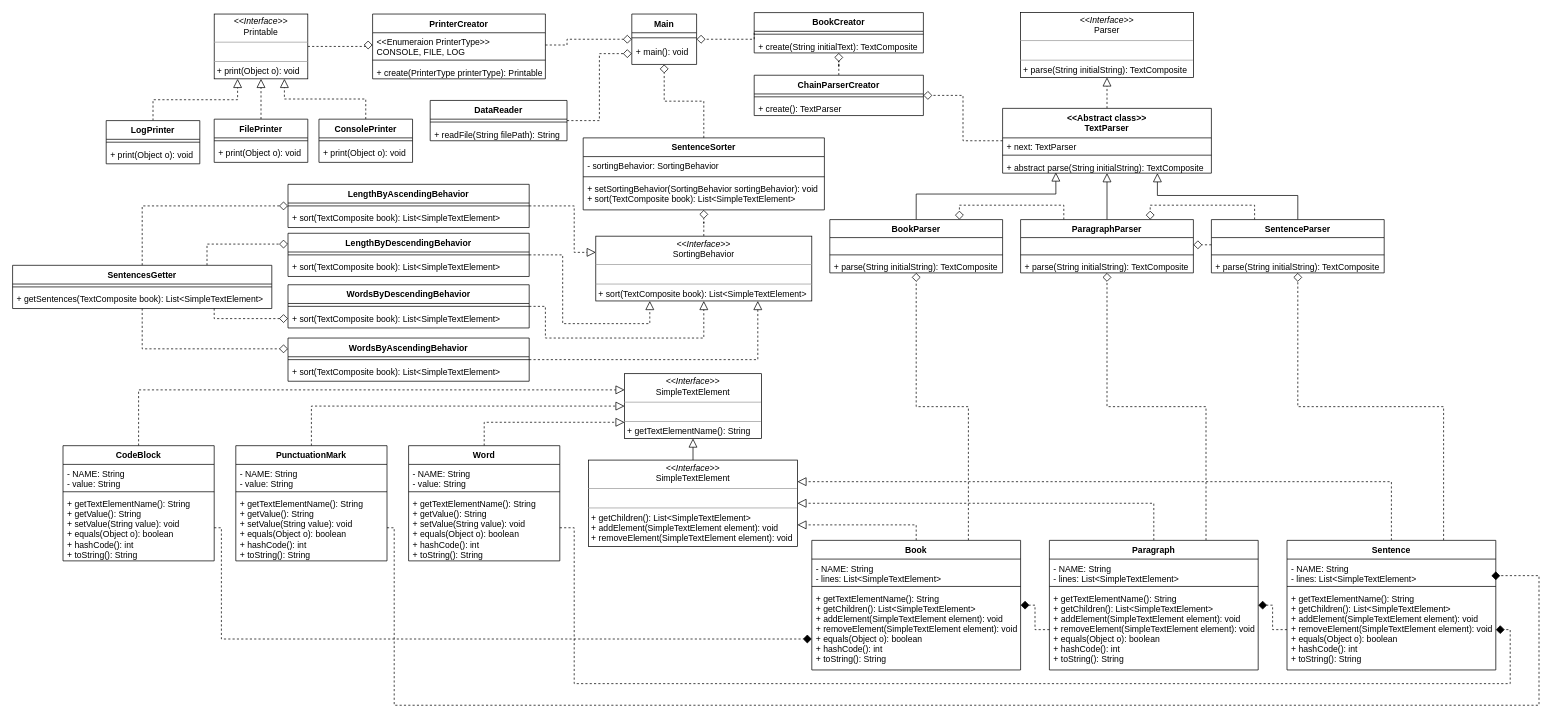
Before: Task04.drawio in spalaukou/task04, a draw.io diagram. Source tidied: cells renumbered, new cells numbered last; positions are measured from the earlier drawing's top-left corner, leaving out a move shared by most shapes. Both pictures are drawn from the tidied source at 72%, with x=0, y=0 at pixel (12, 12).
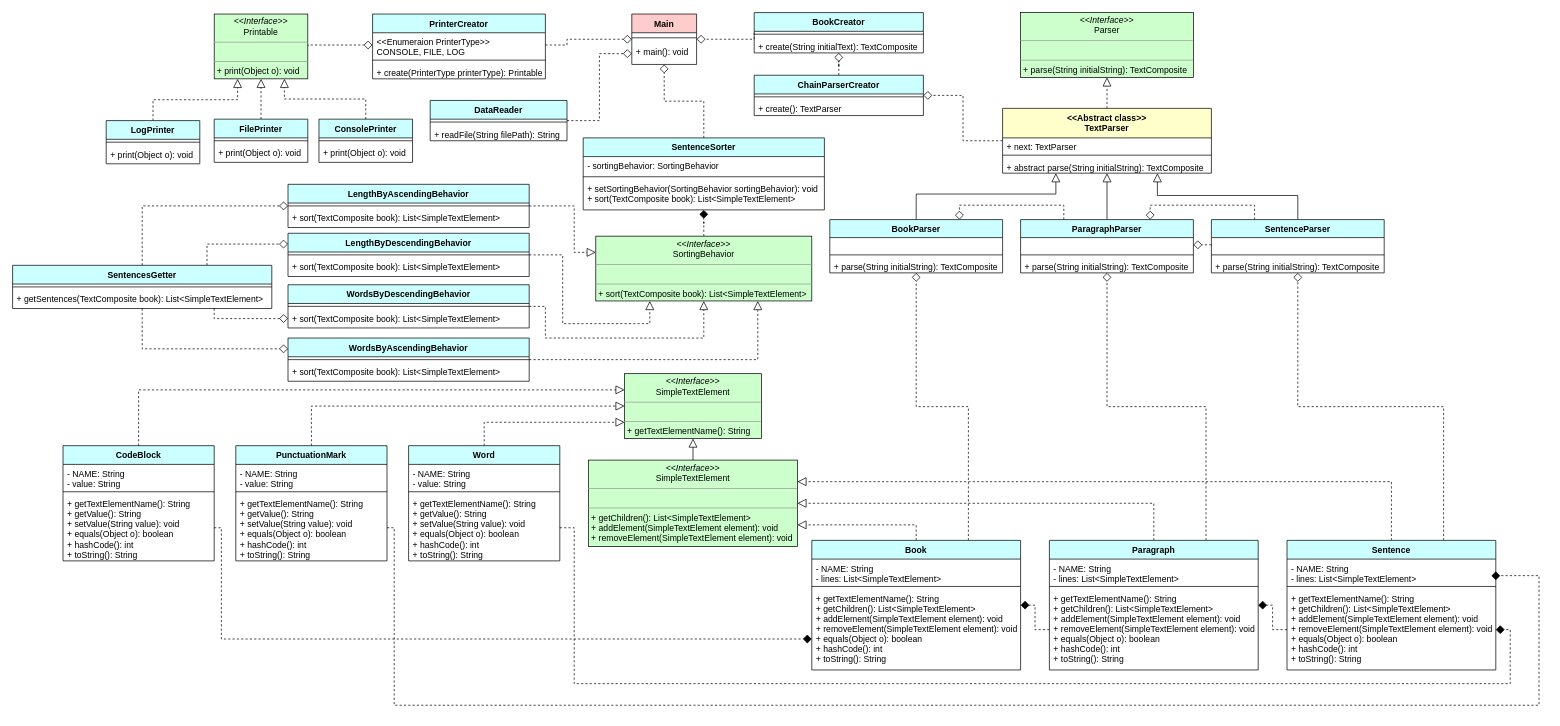
Above is the later version.

Commit message (it also covers changes not shown here):
UML diagram has been updated

Unchanged cells that the change refers to:
```xml
<mxCell id="44" value="&lt;&lt;Enumeraion PrinterType&gt;&gt;&#10;CONSOLE, FILE, LOG&#10;" style="text;strokeColor=none;fillColor=none;align=left;verticalAlign=top;spacingLeft=4;spacingRight=4;overflow=hidden;points=[[0,0.5],[1,0.5]];portConstraint=eastwest;" parent="43" vertex="1">
  <mxGeometry y="26" width="240" height="34" as="geometry" />
</mxCell>
<mxCell id="69" value="+ abstract parse(String initialString): TextComposite&#10;" style="text;strokeColor=none;fillColor=none;align=left;verticalAlign=top;spacingLeft=4;spacingRight=4;overflow=hidden;points=[[0,0.5],[1,0.5]];portConstraint=eastwest;" parent="66" vertex="1">
  <mxGeometry y="69" width="290" height="21" as="geometry" />
</mxCell>
```

Change to the diagram source:
```diff
@@
-    <mxCell id="2" value="&lt;p style=&quot;margin: 0px ; margin-top: 4px ; text-align: center&quot;&gt;&lt;i&gt;&amp;lt;&amp;lt;Interface&amp;gt;&amp;gt;&lt;/i&gt;&lt;br&gt;&lt;span&gt;SimpleTextElement&lt;/span&gt;&lt;br&gt;&lt;/p&gt;&lt;hr size=&quot;1&quot;&gt;&lt;p style=&quot;margin: 0px ; margin-left: 4px&quot;&gt;&lt;br&gt;&lt;/p&gt;&lt;hr size=&quot;1&quot;&gt;&lt;p style=&quot;margin: 0px ; margin-left: 4px&quot;&gt;+&amp;nbsp;&lt;span&gt;getTextElementName(): String&lt;/span&gt;&lt;br&gt;&lt;/p&gt;" style="verticalAlign=top;align=left;overflow=fill;fontSize=12;fontFamily=Helvetica;html=1;rounded=0;shadow=0;comic=0;labelBackgroundColor=none;strokeColor=#000000;strokeWidth=1;fillColor=#ffffff;" parent="1" vertex="1">
+    <mxCell id="2" value="&lt;p style=&quot;margin: 0px ; margin-top: 4px ; text-align: center&quot;&gt;&lt;i&gt;&amp;lt;&amp;lt;Interface&amp;gt;&amp;gt;&lt;/i&gt;&lt;br&gt;&lt;span&gt;SimpleTextElement&lt;/span&gt;&lt;br&gt;&lt;/p&gt;&lt;hr size=&quot;1&quot;&gt;&lt;p style=&quot;margin: 0px ; margin-left: 4px&quot;&gt;&lt;br&gt;&lt;/p&gt;&lt;hr size=&quot;1&quot;&gt;&lt;p style=&quot;margin: 0px ; margin-left: 4px&quot;&gt;+&amp;nbsp;&lt;span&gt;getTextElementName(): String&lt;/span&gt;&lt;br&gt;&lt;/p&gt;" style="verticalAlign=top;align=left;overflow=fill;fontSize=12;fontFamily=Helvetica;html=1;rounded=0;shadow=0;comic=0;labelBackgroundColor=none;strokeColor=#000000;strokeWidth=1;fillColor=#CCFFCC;" parent="1" vertex="1">
       <mxGeometry x="850" y="501.5" width="190" height="90" as="geometry" />
     </mxCell>
-    <mxCell id="3" value="&lt;p style=&quot;margin: 0px ; margin-top: 4px ; text-align: center&quot;&gt;&lt;i&gt;&amp;lt;&amp;lt;Interface&amp;gt;&amp;gt;&lt;/i&gt;&lt;br&gt;&lt;span&gt;SimpleTextElement&lt;/span&gt;&lt;br&gt;&lt;/p&gt;&lt;hr size=&quot;1&quot;&gt;&lt;p style=&quot;margin: 0px ; margin-left: 4px&quot;&gt;&lt;br&gt;&lt;/p&gt;&lt;hr size=&quot;1&quot;&gt;&lt;p style=&quot;margin: 0px ; margin-left: 4px&quot;&gt;&lt;span&gt;+ getChildren(): List&amp;lt;SimpleTextElement&amp;gt;&lt;/span&gt;&lt;br&gt;&lt;/p&gt;&lt;p style=&quot;margin: 0px ; margin-left: 4px&quot;&gt;&lt;span&gt;+ addElement(SimpleTextElement element): void&lt;/span&gt;&lt;span&gt;&lt;br&gt;&lt;/span&gt;&lt;/p&gt;&lt;p style=&quot;margin: 0px ; margin-left: 4px&quot;&gt;&lt;span&gt;+ removeElement(SimpleTextElement element): void&lt;/span&gt;&lt;span&gt;&lt;br&gt;&lt;/span&gt;&lt;/p&gt;" style="verticalAlign=top;align=left;overflow=fill;fontSize=12;fontFamily=Helvetica;html=1;rounded=0;shadow=0;comic=0;labelBackgroundColor=none;strokeColor=#000000;strokeWidth=1;fillColor=#ffffff;" parent="1" vertex="1">
+    <mxCell id="3" value="&lt;p style=&quot;margin: 0px ; margin-top: 4px ; text-align: center&quot;&gt;&lt;i&gt;&amp;lt;&amp;lt;Interface&amp;gt;&amp;gt;&lt;/i&gt;&lt;br&gt;&lt;span&gt;SimpleTextElement&lt;/span&gt;&lt;br&gt;&lt;/p&gt;&lt;hr size=&quot;1&quot;&gt;&lt;p style=&quot;margin: 0px ; margin-left: 4px&quot;&gt;&lt;br&gt;&lt;/p&gt;&lt;hr size=&quot;1&quot;&gt;&lt;p style=&quot;margin: 0px ; margin-left: 4px&quot;&gt;&lt;span&gt;+ getChildren(): List&amp;lt;SimpleTextElement&amp;gt;&lt;/span&gt;&lt;br&gt;&lt;/p&gt;&lt;p style=&quot;margin: 0px ; margin-left: 4px&quot;&gt;&lt;span&gt;+ addElement(SimpleTextElement element): void&lt;/span&gt;&lt;span&gt;&lt;br&gt;&lt;/span&gt;&lt;/p&gt;&lt;p style=&quot;margin: 0px ; margin-left: 4px&quot;&gt;&lt;span&gt;+ removeElement(SimpleTextElement element): void&lt;/span&gt;&lt;span&gt;&lt;br&gt;&lt;/span&gt;&lt;/p&gt;" style="verticalAlign=top;align=left;overflow=fill;fontSize=12;fontFamily=Helvetica;html=1;rounded=0;shadow=0;comic=0;labelBackgroundColor=none;strokeColor=#000000;strokeWidth=1;fillColor=#CCFFCC;" parent="1" vertex="1">
       <mxGeometry x="800" y="621.5" width="290" height="120" as="geometry" />
     </mxCell>
@@
-    <mxCell id="6" value="Word" style="swimlane;fontStyle=1;align=center;verticalAlign=top;horizontal=1;startSize=26;" parent="1" vertex="1">
+    <mxCell id="6" value="Word" style="swimlane;fontStyle=1;align=center;verticalAlign=top;horizontal=1;startSize=26;fillColor=#CCFFFF;" parent="1" vertex="1">
       <mxGeometry x="550" y="601.5" width="210" height="160" as="geometry" />
     </mxCell>
@@
-    <mxCell id="11" value="PunctuationMark" style="swimlane;fontStyle=1;align=center;verticalAlign=top;horizontal=1;startSize=26;" parent="1" vertex="1">
+    <mxCell id="11" value="PunctuationMark" style="swimlane;fontStyle=1;align=center;verticalAlign=top;horizontal=1;startSize=26;fillColor=#CCFFFF;" parent="1" vertex="1">
       <mxGeometry x="310" y="601.5" width="210" height="160" as="geometry" />
     </mxCell>
@@
-    <mxCell id="16" value="CodeBlock" style="swimlane;fontStyle=1;align=center;verticalAlign=top;horizontal=1;startSize=26;" parent="1" vertex="1">
+    <mxCell id="16" value="CodeBlock" style="swimlane;fontStyle=1;align=center;verticalAlign=top;horizontal=1;startSize=26;fillColor=#CCFFFF;" parent="1" vertex="1">
       <mxGeometry x="70" y="601.5" width="210" height="160" as="geometry" />
     </mxCell>
@@
-    <mxCell id="22" value="Book" style="swimlane;fontStyle=1;align=center;verticalAlign=top;horizontal=1;startSize=26;" parent="1" vertex="1">
+    <mxCell id="22" value="Book" style="swimlane;fontStyle=1;align=center;verticalAlign=top;horizontal=1;startSize=26;fillColor=#CCFFFF;" parent="1" vertex="1">
       <mxGeometry x="1110" y="733" width="290" height="180" as="geometry" />
     </mxCell>
@@
-    <mxCell id="28" value="Paragraph" style="swimlane;fontStyle=1;align=center;verticalAlign=top;horizontal=1;startSize=26;" parent="1" vertex="1">
+    <mxCell id="28" value="Paragraph" style="swimlane;fontStyle=1;align=center;verticalAlign=top;horizontal=1;startSize=26;fillColor=#CCFFFF;" parent="1" vertex="1">
       <mxGeometry x="1440" y="733" width="290" height="180" as="geometry" />
     </mxCell>
@@
-    <mxCell id="34" value="Sentence" style="swimlane;fontStyle=1;align=center;verticalAlign=top;horizontal=1;startSize=26;" parent="1" vertex="1">
+    <mxCell id="34" value="Sentence" style="swimlane;fontStyle=1;align=center;verticalAlign=top;horizontal=1;startSize=26;fillColor=#CCFFFF;" parent="1" vertex="1">
       <mxGeometry x="1770" y="733" width="290" height="180" as="geometry" />
     </mxCell>
@@
-    <mxCell id="38" value="Main" style="swimlane;fontStyle=1;align=center;verticalAlign=top;horizontal=1;startSize=26;" parent="1" vertex="1">
+    <mxCell id="38" value="Main" style="swimlane;fontStyle=1;align=center;verticalAlign=top;horizontal=1;startSize=26;fillColor=#FFCCCC;" parent="1" vertex="1">
       <mxGeometry x="860" y="2" width="90" height="70" as="geometry" />
     </mxCell>
@@
-    <mxCell id="41" style="edgeStyle=orthogonalEdgeStyle;rounded=0;jettySize=auto;html=1;entryX=0;entryY=0.5;entryDx=0;entryDy=0;dashed=1;endArrow=diamond;endFill=0;endSize=10;exitX=1;exitY=0.5;exitDx=0;exitDy=0;" parent="1" edge="1" source="42" target="44">
+    <mxCell id="41" style="edgeStyle=orthogonalEdgeStyle;rounded=0;jettySize=auto;html=1;dashed=1;endArrow=diamond;endFill=0;endSize=10;exitX=1;exitY=0.5;exitDx=0;exitDy=0;" parent="1" edge="1" source="42" target="44">
       <mxGeometry relative="1" as="geometry">
         <Array as="points">
-          <mxPoint x="490" y="45" />
+          <mxPoint x="410" y="45" />
         </Array>
       </mxGeometry>
     </mxCell>
-    <mxCell id="42" value="&lt;p style=&quot;margin: 0px ; margin-top: 4px ; text-align: center&quot;&gt;&lt;i&gt;&amp;lt;&amp;lt;Interface&amp;gt;&amp;gt;&lt;/i&gt;&lt;br&gt;&lt;span&gt;Printable&lt;/span&gt;&lt;br&gt;&lt;/p&gt;&lt;hr size=&quot;1&quot;&gt;&lt;p style=&quot;margin: 0px ; margin-left: 4px&quot;&gt;&lt;br&gt;&lt;/p&gt;&lt;hr size=&quot;1&quot;&gt;&lt;p style=&quot;margin: 0px ; margin-left: 4px&quot;&gt;+&amp;nbsp;&lt;span&gt;print(Object o): void&lt;/span&gt;&lt;br&gt;&lt;/p&gt;" style="verticalAlign=top;align=left;overflow=fill;fontSize=12;fontFamily=Helvetica;html=1;rounded=0;shadow=0;comic=0;labelBackgroundColor=none;strokeColor=#000000;strokeWidth=1;fillColor=#ffffff;" parent="1" vertex="1">
+    <mxCell id="42" value="&lt;p style=&quot;margin: 0px ; margin-top: 4px ; text-align: center&quot;&gt;&lt;i&gt;&amp;lt;&amp;lt;Interface&amp;gt;&amp;gt;&lt;/i&gt;&lt;br&gt;&lt;span&gt;Printable&lt;/span&gt;&lt;br&gt;&lt;/p&gt;&lt;hr size=&quot;1&quot;&gt;&lt;p style=&quot;margin: 0px ; margin-left: 4px&quot;&gt;&lt;br&gt;&lt;/p&gt;&lt;hr size=&quot;1&quot;&gt;&lt;p style=&quot;margin: 0px ; margin-left: 4px&quot;&gt;+&amp;nbsp;&lt;span&gt;print(Object o): void&lt;/span&gt;&lt;br&gt;&lt;/p&gt;" style="verticalAlign=top;align=left;overflow=fill;fontSize=12;fontFamily=Helvetica;html=1;rounded=0;shadow=0;comic=0;labelBackgroundColor=none;strokeColor=#000000;strokeWidth=1;fillColor=#CCFFCC;" parent="1" vertex="1">
       <mxGeometry x="280" y="2" width="130" height="90" as="geometry" />
     </mxCell>
-    <mxCell id="43" value="PrinterCreator" style="swimlane;fontStyle=1;align=center;verticalAlign=top;horizontal=1;startSize=26;" parent="1" vertex="1">
+    <mxCell id="43" value="PrinterCreator" style="swimlane;fontStyle=1;align=center;verticalAlign=top;horizontal=1;startSize=26;fillColor=#CCFFFF;" parent="1" vertex="1">
       <mxGeometry x="500" y="2" width="240" height="90" as="geometry" />
     </mxCell>
@@
-    <mxCell id="49" value="ConsolePrinter" style="swimlane;fontStyle=1;align=center;verticalAlign=top;horizontal=1;startSize=26;" parent="1" vertex="1">
+    <mxCell id="49" value="ConsolePrinter" style="swimlane;fontStyle=1;align=center;verticalAlign=top;horizontal=1;startSize=26;fillColor=#CCFFFF;" parent="1" vertex="1">
       <mxGeometry x="425.5" y="148" width="130" height="60" as="geometry" />
     </mxCell>
@@
-    <mxCell id="53" value="DataReader" style="swimlane;fontStyle=1;align=center;verticalAlign=top;horizontal=1;startSize=26;" parent="1" vertex="1">
+    <mxCell id="53" value="DataReader" style="swimlane;fontStyle=1;align=center;verticalAlign=top;horizontal=1;startSize=26;fillColor=#CCFFFF;" parent="1" vertex="1">
       <mxGeometry x="580" y="122" width="190" height="56" as="geometry" />
     </mxCell>
@@
-    <mxCell id="57" value="BookCreator" style="swimlane;fontStyle=1;align=center;verticalAlign=top;horizontal=1;startSize=26;" parent="1" vertex="1">
+    <mxCell id="57" value="BookCreator" style="swimlane;fontStyle=1;align=center;verticalAlign=top;horizontal=1;startSize=26;fillColor=#CCFFFF;" parent="1" vertex="1">
       <mxGeometry x="1030" width="235" height="56" as="geometry" />
     </mxCell>
@@
-    <mxCell id="61" value="ChainParserCreator" style="swimlane;fontStyle=1;align=center;verticalAlign=top;horizontal=1;startSize=26;" parent="1" vertex="1">
+    <mxCell id="61" value="ChainParserCreator" style="swimlane;fontStyle=1;align=center;verticalAlign=top;horizontal=1;startSize=26;fillColor=#CCFFFF;" parent="1" vertex="1">
       <mxGeometry x="1030" y="87" width="235" height="56" as="geometry" />
     </mxCell>
@@
-    <mxCell id="64" value="&lt;p style=&quot;margin: 0px ; margin-top: 4px ; text-align: center&quot;&gt;&lt;i&gt;&amp;lt;&amp;lt;Interface&amp;gt;&amp;gt;&lt;/i&gt;&lt;br&gt;&lt;span&gt;Parser&lt;/span&gt;&lt;br&gt;&lt;/p&gt;&lt;hr size=&quot;1&quot;&gt;&lt;p style=&quot;margin: 0px ; margin-left: 4px&quot;&gt;&lt;br&gt;&lt;/p&gt;&lt;hr size=&quot;1&quot;&gt;&lt;p style=&quot;margin: 0px ; margin-left: 4px&quot;&gt;+&amp;nbsp;&lt;span&gt;parse(String initialString): TextComposite&lt;/span&gt;&lt;br&gt;&lt;/p&gt;" style="verticalAlign=top;align=left;overflow=fill;fontSize=12;fontFamily=Helvetica;html=1;rounded=0;shadow=0;comic=0;labelBackgroundColor=none;strokeColor=#000000;strokeWidth=1;fillColor=#ffffff;" parent="1" vertex="1">
+    <mxCell id="64" value="&lt;p style=&quot;margin: 0px ; margin-top: 4px ; text-align: center&quot;&gt;&lt;i&gt;&amp;lt;&amp;lt;Interface&amp;gt;&amp;gt;&lt;/i&gt;&lt;br&gt;&lt;span&gt;Parser&lt;/span&gt;&lt;br&gt;&lt;/p&gt;&lt;hr size=&quot;1&quot;&gt;&lt;p style=&quot;margin: 0px ; margin-left: 4px&quot;&gt;&lt;br&gt;&lt;/p&gt;&lt;hr size=&quot;1&quot;&gt;&lt;p style=&quot;margin: 0px ; margin-left: 4px&quot;&gt;+&amp;nbsp;&lt;span&gt;parse(String initialString): TextComposite&lt;/span&gt;&lt;br&gt;&lt;/p&gt;" style="verticalAlign=top;align=left;overflow=fill;fontSize=12;fontFamily=Helvetica;html=1;rounded=0;shadow=0;comic=0;labelBackgroundColor=none;strokeColor=#000000;strokeWidth=1;fillColor=#CCFFCC;" parent="1" vertex="1">
       <mxGeometry x="1400" width="240" height="90" as="geometry" />
     </mxCell>
@@
-    <mxCell id="66" value="&lt;&lt;Abstract class&gt;&gt;&#10;TextParser" style="swimlane;fontStyle=1;align=center;verticalAlign=top;horizontal=1;startSize=41;" parent="1" vertex="1">
+    <mxCell id="66" value="&lt;&lt;Abstract class&gt;&gt;&#10;TextParser" style="swimlane;fontStyle=1;align=center;verticalAlign=top;horizontal=1;startSize=41;fillColor=#FFFFCC;" parent="1" vertex="1">
       <mxGeometry x="1375" y="133" width="290" height="90" as="geometry" />
     </mxCell>
@@
-    <mxCell id="72" value="ParagraphParser" style="swimlane;fontStyle=1;align=center;verticalAlign=top;horizontal=1;startSize=25;" parent="1" vertex="1">
+    <mxCell id="72" value="ParagraphParser" style="swimlane;fontStyle=1;align=center;verticalAlign=top;horizontal=1;startSize=25;fillColor=#CCFFFF;" parent="1" vertex="1">
       <mxGeometry x="1400" y="287.5" width="240" height="74" as="geometry" />
     </mxCell>
@@
-    <mxCell id="76" style="edgeStyle=orthogonalEdgeStyle;rounded=0;jettySize=auto;html=1;exitX=0.5;exitY=0;exitDx=0;exitDy=0;entryX=0.255;entryY=0.952;entryDx=0;entryDy=0;entryPerimeter=0;endArrow=block;endFill=0;endSize=10;" parent="1" edge="1" source="77" target="69">
+    <mxCell id="76" style="edgeStyle=orthogonalEdgeStyle;rounded=0;jettySize=auto;html=1;exitX=0.5;exitY=0;exitDx=0;exitDy=0;endArrow=block;endFill=0;endSize=10;" parent="1" edge="1" source="77" target="66">
       <mxGeometry relative="1" as="geometry">
         <Array as="points">
           <mxPoint x="1255" y="252" />
           <mxPoint x="1449" y="252" />
         </Array>
       </mxGeometry>
     </mxCell>
-    <mxCell id="77" value="BookParser" style="swimlane;fontStyle=1;align=center;verticalAlign=top;horizontal=1;startSize=25;" parent="1" vertex="1">
+    <mxCell id="77" value="BookParser" style="swimlane;fontStyle=1;align=center;verticalAlign=top;horizontal=1;startSize=25;fillColor=#CCFFFF;" parent="1" vertex="1">
       <mxGeometry x="1135" y="287.5" width="240" height="74" as="geometry" />
     </mxCell>
@@
-    <mxCell id="83" value="SentenceParser" style="swimlane;fontStyle=1;align=center;verticalAlign=top;horizontal=1;startSize=25;" parent="1" vertex="1">
+    <mxCell id="83" value="SentenceParser" style="swimlane;fontStyle=1;align=center;verticalAlign=top;horizontal=1;startSize=25;fillColor=#CCFFFF;" parent="1" vertex="1">
       <mxGeometry x="1665" y="287.5" width="240" height="74" as="geometry" />
     </mxCell>
@@
-    <mxCell id="95" value="SentenceSorter" style="swimlane;fontStyle=1;align=center;verticalAlign=top;horizontal=1;startSize=26;" parent="1" vertex="1">
+    <mxCell id="95" value="SentenceSorter" style="swimlane;fontStyle=1;align=center;verticalAlign=top;horizontal=1;startSize=26;fillColor=#CCFFFF;" parent="1" vertex="1">
       <mxGeometry x="792.5" y="174" width="335" height="100" as="geometry" />
     </mxCell>
@@
-    <mxCell id="99" style="edgeStyle=orthogonalEdgeStyle;rounded=0;jettySize=auto;html=1;exitX=0.5;exitY=0;exitDx=0;exitDy=0;dashed=1;endArrow=diamond;endFill=0;endSize=10;" parent="1" edge="1" source="100" target="95">
+    <mxCell id="99" style="edgeStyle=orthogonalEdgeStyle;rounded=0;jettySize=auto;html=1;exitX=0.5;exitY=0;exitDx=0;exitDy=0;dashed=1;endArrow=diamond;endFill=1;endSize=10;" parent="1" edge="1" source="100" target="95">
       <mxGeometry relative="1" as="geometry" />
     </mxCell>
-    <mxCell id="100" value="&lt;p style=&quot;margin: 0px ; margin-top: 4px ; text-align: center&quot;&gt;&lt;i&gt;&amp;lt;&amp;lt;Interface&amp;gt;&amp;gt;&lt;/i&gt;&lt;br&gt;&lt;span&gt;SortingBehavior&lt;/span&gt;&lt;br&gt;&lt;/p&gt;&lt;hr size=&quot;1&quot;&gt;&lt;p style=&quot;margin: 0px ; margin-left: 4px&quot;&gt;&lt;br&gt;&lt;/p&gt;&lt;hr size=&quot;1&quot;&gt;&lt;p style=&quot;margin: 0px ; margin-left: 4px&quot;&gt;&lt;span&gt;+&amp;nbsp;&lt;/span&gt;&lt;span&gt;sort&lt;/span&gt;&lt;span&gt;(TextComposite book): List&amp;lt;SimpleTextElement&amp;gt;&lt;/span&gt;&lt;/p&gt;&lt;br&gt;" style="verticalAlign=top;align=left;overflow=fill;fontSize=12;fontFamily=Helvetica;html=1;rounded=0;shadow=0;comic=0;labelBackgroundColor=none;strokeColor=#000000;strokeWidth=1;fillColor=#ffffff;" parent="1" vertex="1">
+    <mxCell id="100" value="&lt;p style=&quot;margin: 0px ; margin-top: 4px ; text-align: center&quot;&gt;&lt;i&gt;&amp;lt;&amp;lt;Interface&amp;gt;&amp;gt;&lt;/i&gt;&lt;br&gt;&lt;span&gt;SortingBehavior&lt;/span&gt;&lt;br&gt;&lt;/p&gt;&lt;hr size=&quot;1&quot;&gt;&lt;p style=&quot;margin: 0px ; margin-left: 4px&quot;&gt;&lt;br&gt;&lt;/p&gt;&lt;hr size=&quot;1&quot;&gt;&lt;p style=&quot;margin: 0px ; margin-left: 4px&quot;&gt;&lt;span&gt;+&amp;nbsp;&lt;/span&gt;&lt;span&gt;sort&lt;/span&gt;&lt;span&gt;(TextComposite book): List&amp;lt;SimpleTextElement&amp;gt;&lt;/span&gt;&lt;/p&gt;&lt;br&gt;" style="verticalAlign=top;align=left;overflow=fill;fontSize=12;fontFamily=Helvetica;html=1;rounded=0;shadow=0;comic=0;labelBackgroundColor=none;strokeColor=#000000;strokeWidth=1;fillColor=#CCFFCC;" parent="1" vertex="1">
       <mxGeometry x="810" y="310.5" width="300" height="90" as="geometry" />
     </mxCell>
@@
-    <mxCell id="105" value="SentencesGetter" style="swimlane;fontStyle=1;align=center;verticalAlign=top;horizontal=1;startSize=26;" parent="1" vertex="1">
+    <mxCell id="105" value="SentencesGetter" style="swimlane;fontStyle=1;align=center;verticalAlign=top;horizontal=1;startSize=26;fillColor=#CCFFFF;" parent="1" vertex="1">
       <mxGeometry y="351" width="360" height="60" as="geometry" />
     </mxCell>
@@
-    <mxCell id="109" value="LengthByAscendingBehavior" style="swimlane;fontStyle=1;align=center;verticalAlign=top;horizontal=1;startSize=26;" parent="1" vertex="1">
+    <mxCell id="109" value="LengthByAscendingBehavior" style="swimlane;fontStyle=1;align=center;verticalAlign=top;horizontal=1;startSize=26;fillColor=#CCFFFF;" parent="1" vertex="1">
       <mxGeometry x="382.5" y="238.5" width="335" height="60" as="geometry" />
     </mxCell>
@@
-    <mxCell id="113" value="LengthByDescendingBehavior" style="swimlane;fontStyle=1;align=center;verticalAlign=top;horizontal=1;startSize=26;" parent="1" vertex="1">
+    <mxCell id="113" value="LengthByDescendingBehavior" style="swimlane;fontStyle=1;align=center;verticalAlign=top;horizontal=1;startSize=26;fillColor=#CCFFFF;" parent="1" vertex="1">
       <mxGeometry x="382.5" y="306.5" width="335" height="60" as="geometry" />
     </mxCell>
@@
-    <mxCell id="117" value="WordsByAscendingBehavior" style="swimlane;fontStyle=1;align=center;verticalAlign=top;horizontal=1;startSize=26;" parent="1" vertex="1">
+    <mxCell id="117" value="WordsByAscendingBehavior" style="swimlane;fontStyle=1;align=center;verticalAlign=top;horizontal=1;startSize=26;fillColor=#CCFFFF;" parent="1" vertex="1">
       <mxGeometry x="382.5" y="452" width="335" height="60" as="geometry" />
     </mxCell>
@@
-    <mxCell id="121" value="WordsByDescendingBehavior" style="swimlane;fontStyle=1;align=center;verticalAlign=top;horizontal=1;startSize=26;" parent="1" vertex="1">
+    <mxCell id="121" value="WordsByDescendingBehavior" style="swimlane;fontStyle=1;align=center;verticalAlign=top;horizontal=1;startSize=26;fillColor=#CCFFFF;" parent="1" vertex="1">
       <mxGeometry x="382.5" y="378" width="335" height="60" as="geometry" />
     </mxCell>
@@
-    <mxCell id="125" value="FilePrinter" style="swimlane;fontStyle=1;align=center;verticalAlign=top;horizontal=1;startSize=26;" parent="1" vertex="1">
+    <mxCell id="125" value="FilePrinter" style="swimlane;fontStyle=1;align=center;verticalAlign=top;horizontal=1;startSize=26;fillColor=#CCFFFF;" parent="1" vertex="1">
       <mxGeometry x="280" y="148" width="130" height="60" as="geometry" />
     </mxCell>
@@
-    <mxCell id="129" value="LogPrinter" style="swimlane;fontStyle=1;align=center;verticalAlign=top;horizontal=1;startSize=26;" parent="1" vertex="1">
+    <mxCell id="129" value="LogPrinter" style="swimlane;fontStyle=1;align=center;verticalAlign=top;horizontal=1;startSize=26;fillColor=#CCFFFF;" parent="1" vertex="1">
       <mxGeometry x="130" y="150" width="130" height="60" as="geometry" />
     </mxCell>
```
